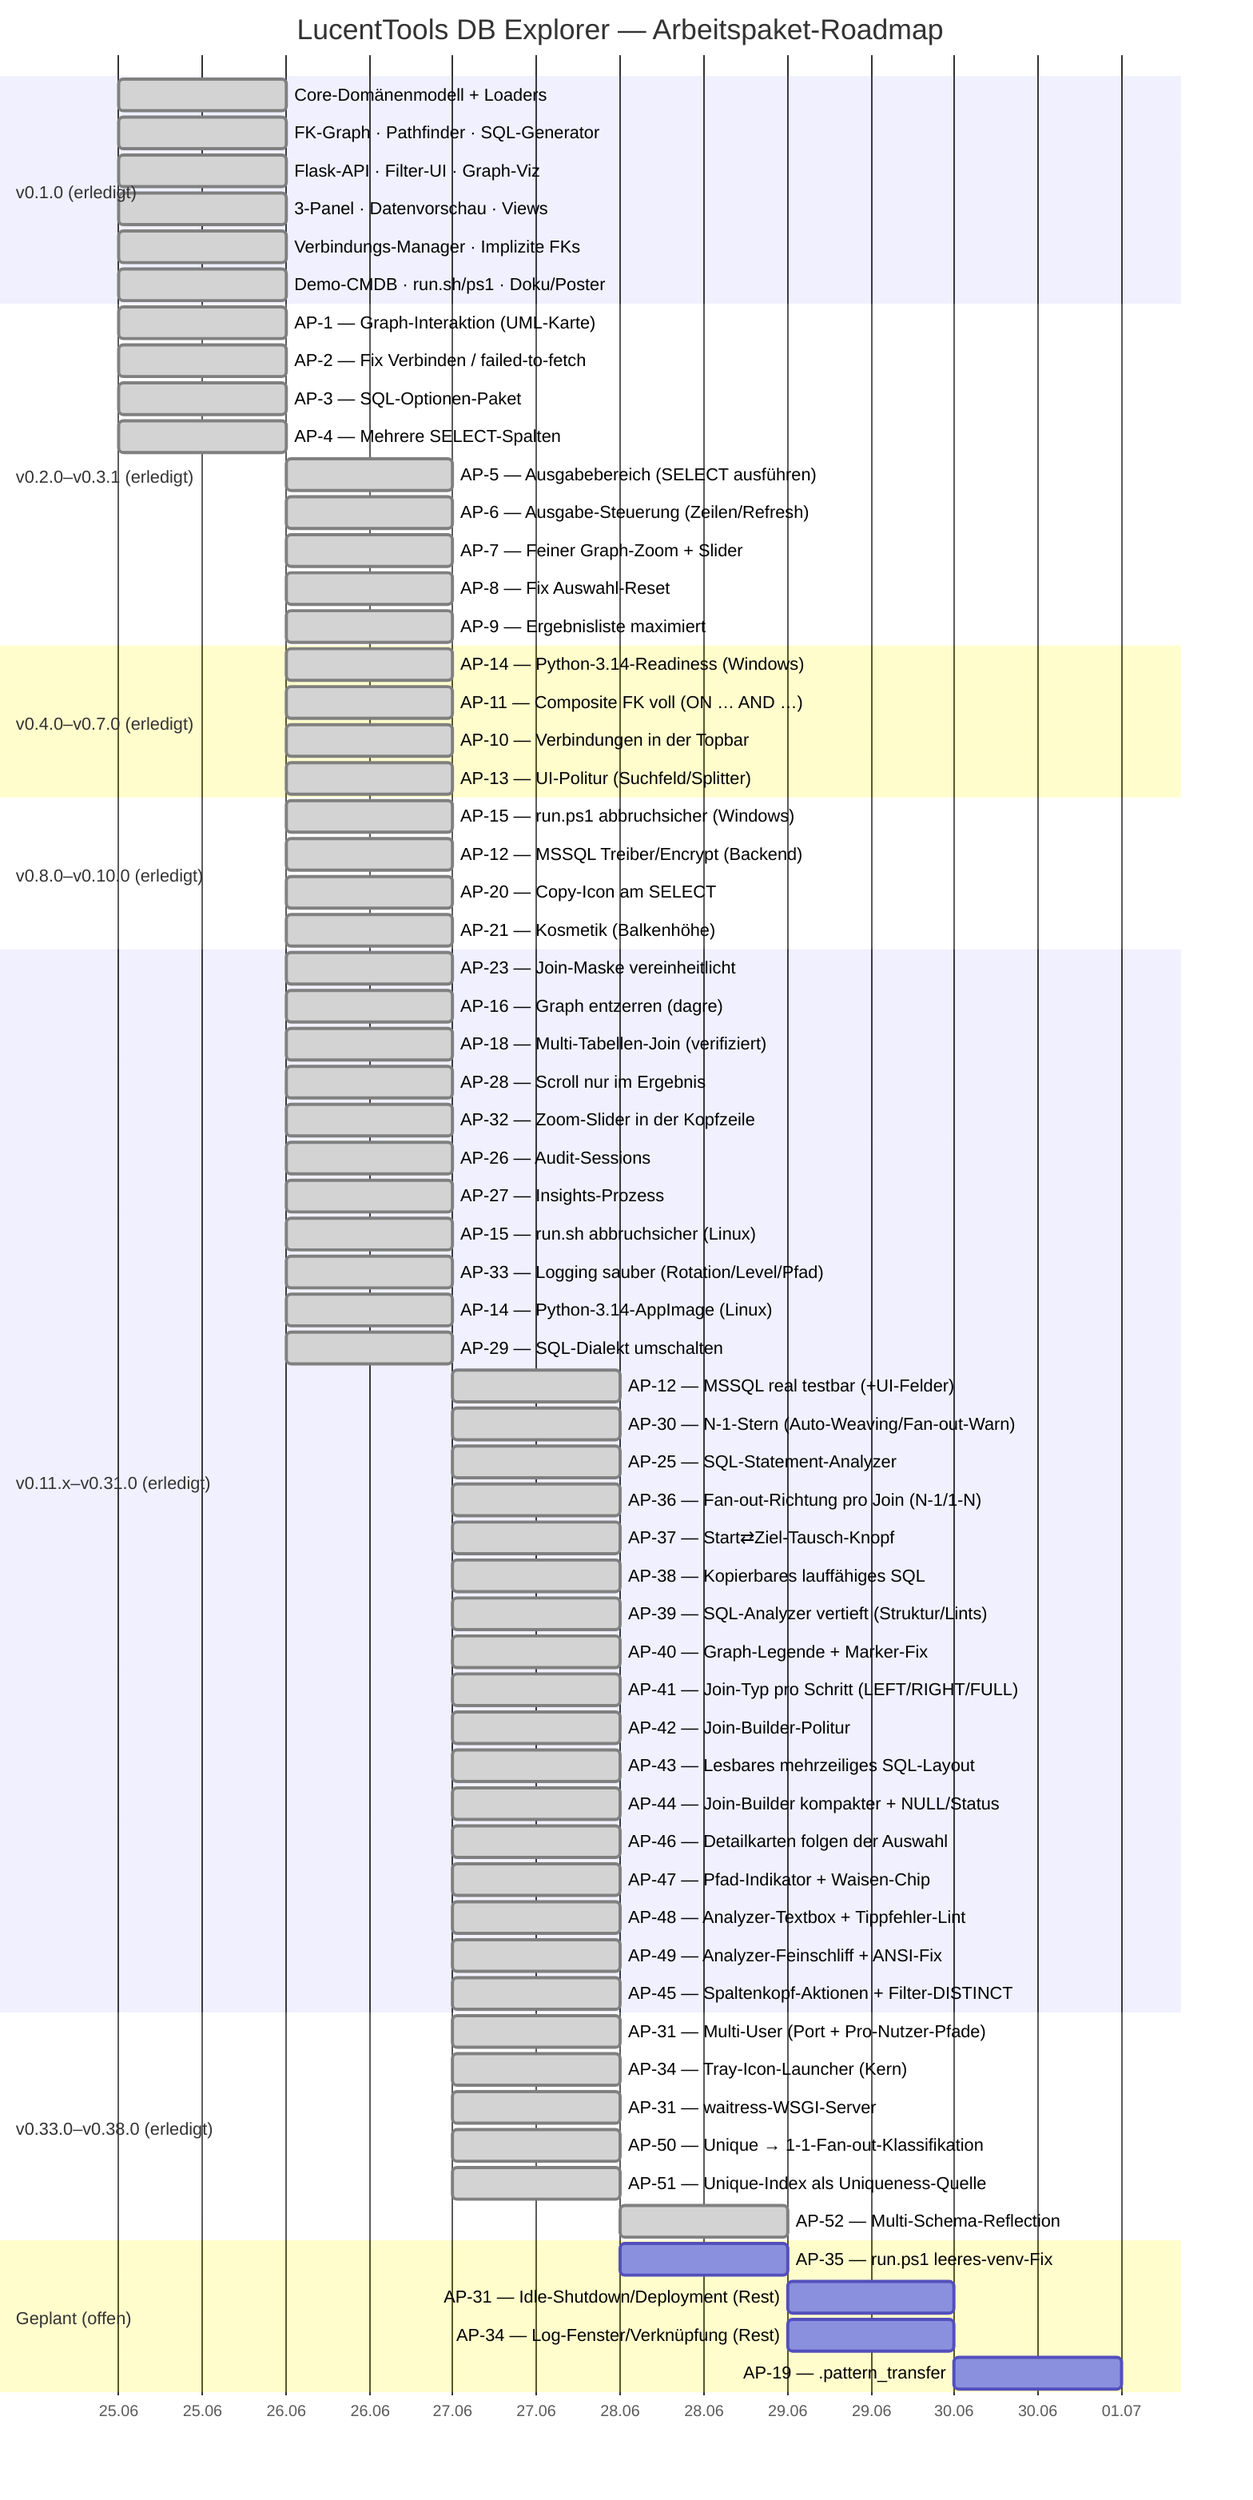
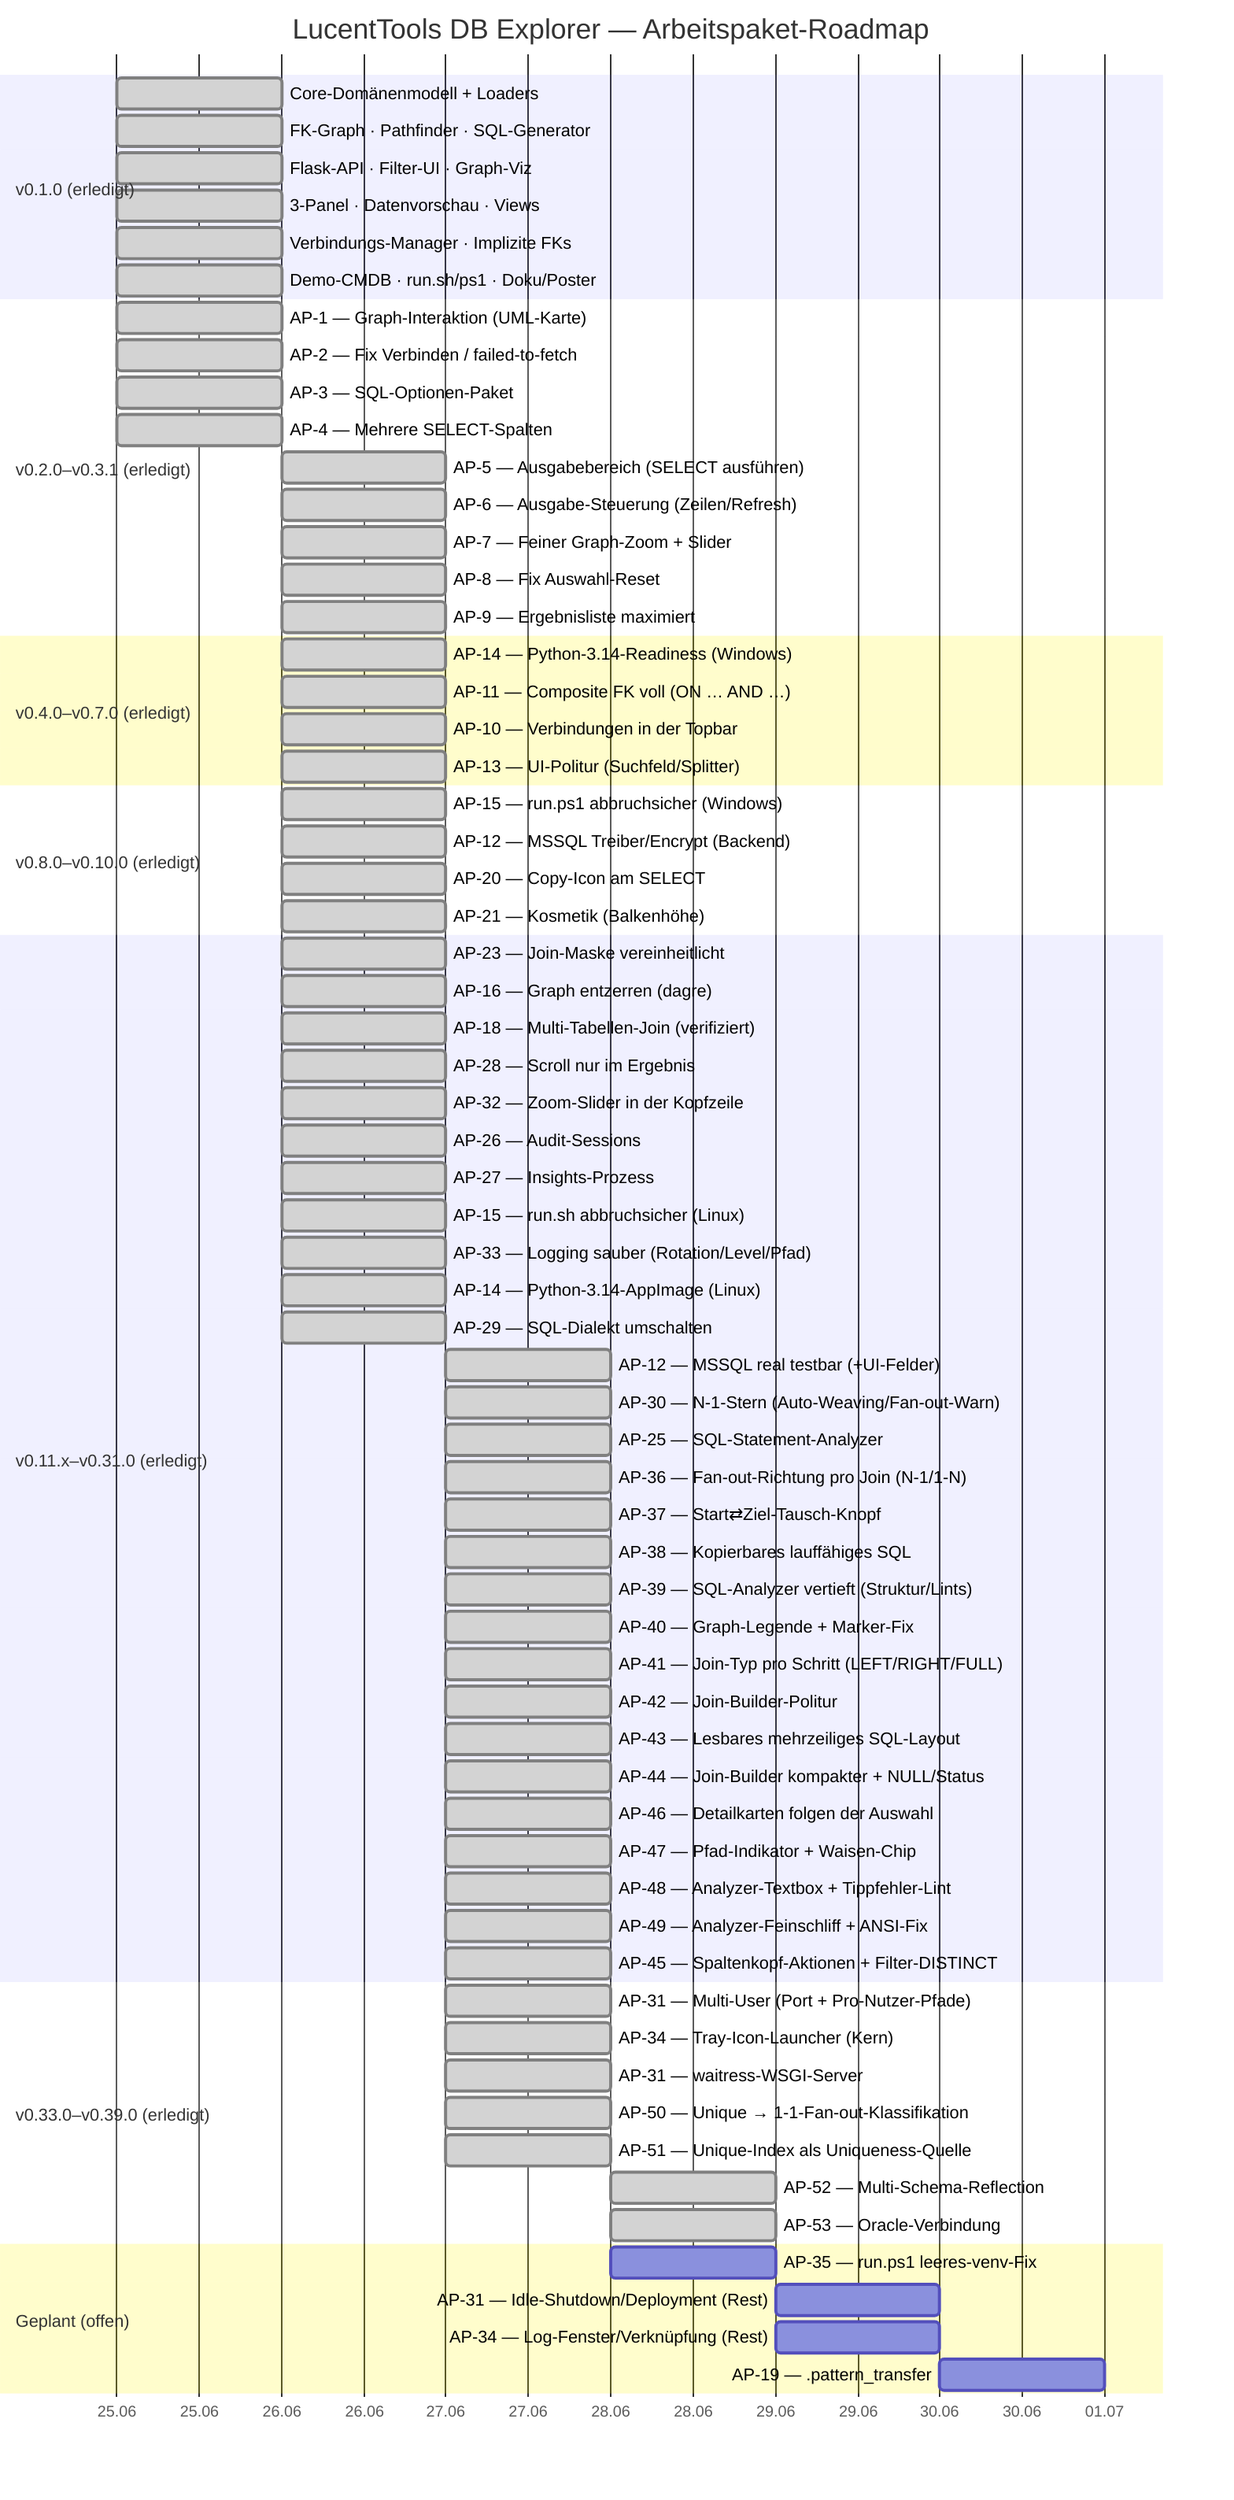
gantt
    title LucentTools DB Explorer — Arbeitspaket-Roadmap
    dateFormat  YYYY-MM-DD
    axisFormat  %d.%m

    section v0.1.0 (erledigt)
    Core-Domänenmodell + Loaders          :done, d1, 2026-06-25, 1d
    FK-Graph · Pathfinder · SQL-Generator :done, d2, 2026-06-25, 1d
    Flask-API · Filter-UI · Graph-Viz     :done, d3, 2026-06-25, 1d
    3-Panel · Datenvorschau · Views       :done, d4, 2026-06-25, 1d
    Verbindungs-Manager · Implizite FKs   :done, d5, 2026-06-25, 1d
    Demo-CMDB · run.sh/ps1 · Doku/Poster  :done, d6, 2026-06-25, 1d

    section v0.2.0–v0.3.1 (erledigt)
    AP-1 — Graph-Interaktion (UML-Karte)        :done, a1, 2026-06-25, 1d
    AP-2 — Fix Verbinden / failed-to-fetch      :done, a2, 2026-06-25, 1d
    AP-3 — SQL-Optionen-Paket                   :done, a3, 2026-06-25, 1d
    AP-4 — Mehrere SELECT-Spalten               :done, a4, 2026-06-25, 1d
    AP-5 — Ausgabebereich (SELECT ausführen)    :done, a5, 2026-06-26, 1d
    AP-6 — Ausgabe-Steuerung (Zeilen/Refresh)   :done, a6, 2026-06-26, 1d
    AP-7 — Feiner Graph-Zoom + Slider           :done, a7, 2026-06-26, 1d
    AP-8 — Fix Auswahl-Reset                    :done, a8, 2026-06-26, 1d
    AP-9 — Ergebnisliste maximiert              :done, a9, 2026-06-26, 1d

    section v0.4.0–v0.7.0 (erledigt)
    AP-14 — Python-3.14-Readiness (Windows)     :done, b1, 2026-06-26, 1d
    AP-11 — Composite FK voll (ON … AND …)      :done, b2, 2026-06-26, 1d
    AP-10 — Verbindungen in der Topbar          :done, b3, 2026-06-26, 1d
    AP-13 — UI-Politur (Suchfeld/Splitter)      :done, b4, 2026-06-26, 1d

    section v0.8.0–v0.10.0 (erledigt)
    AP-15 — run.ps1 abbruchsicher (Windows)     :done, c1, 2026-06-26, 1d
    AP-12 — MSSQL Treiber/Encrypt (Backend)     :done, c2, 2026-06-26, 1d
    AP-20 — Copy-Icon am SELECT                 :done, c3, 2026-06-26, 1d
    AP-21 — Kosmetik (Balkenhöhe)               :done, c4, 2026-06-26, 1d

    section v0.11.x–v0.31.0 (erledigt)
    AP-23 — Join-Maske vereinheitlicht          :done, e1, 2026-06-26, 1d
    AP-16 — Graph entzerren (dagre)             :done, e2, 2026-06-26, 1d
    AP-18 — Multi-Tabellen-Join (verifiziert)   :done, e3, 2026-06-26, 1d
    AP-28 — Scroll nur im Ergebnis              :done, e4, 2026-06-26, 1d
    AP-32 — Zoom-Slider in der Kopfzeile        :done, e5, 2026-06-26, 1d
    AP-26 — Audit-Sessions                      :done, e6, 2026-06-26, 1d
    AP-27 — Insights-Prozess                    :done, e7, 2026-06-26, 1d
    AP-15 — run.sh abbruchsicher (Linux)        :done, e8, 2026-06-26, 1d
    AP-33 — Logging sauber (Rotation/Level/Pfad) :done, e9, 2026-06-26, 1d
    AP-14 — Python-3.14-AppImage (Linux)         :done, e10, 2026-06-26, 1d
    AP-29 — SQL-Dialekt umschalten               :done, e11, 2026-06-26, 1d
    AP-12 — MSSQL real testbar (+UI-Felder)      :done, e12, 2026-06-27, 1d
    AP-30 — N-1-Stern (Auto-Weaving/Fan-out-Warn) :done, e13, 2026-06-27, 1d
    AP-25 — SQL-Statement-Analyzer               :done, e14, 2026-06-27, 1d
    AP-36 — Fan-out-Richtung pro Join (N-1/1-N)  :done, e15, 2026-06-27, 1d
    AP-37 — Start⇄Ziel-Tausch-Knopf              :done, e16, 2026-06-27, 1d
    AP-38 — Kopierbares lauffähiges SQL          :done, e17, 2026-06-27, 1d
    AP-39 — SQL-Analyzer vertieft (Struktur/Lints) :done, e18, 2026-06-27, 1d
    AP-40 — Graph-Legende + Marker-Fix           :done, e19, 2026-06-27, 1d
    AP-41 — Join-Typ pro Schritt (LEFT/RIGHT/FULL) :done, e20, 2026-06-27, 1d
    AP-42 — Join-Builder-Politur                 :done, e21, 2026-06-27, 1d
    AP-43 — Lesbares mehrzeiliges SQL-Layout      :done, e22, 2026-06-27, 1d
    AP-44 — Join-Builder kompakter + NULL/Status :done, e23, 2026-06-27, 1d
    AP-46 — Detailkarten folgen der Auswahl       :done, e24, 2026-06-27, 1d
    AP-47 — Pfad-Indikator + Waisen-Chip         :done, e25, 2026-06-27, 1d
    AP-48 — Analyzer-Textbox + Tippfehler-Lint   :done, e26, 2026-06-27, 1d
    AP-49 — Analyzer-Feinschliff + ANSI-Fix       :done, e27, 2026-06-27, 1d
    AP-45 — Spaltenkopf-Aktionen + Filter-DISTINCT :done, e28, 2026-06-27, 1d

-     section v0.33.0–v0.38.0 (erledigt)
+     section v0.33.0–v0.39.0 (erledigt)
    AP-31 — Multi-User (Port + Pro-Nutzer-Pfade) :done, f1, 2026-06-27, 1d
    AP-34 — Tray-Icon-Launcher (Kern)            :done, f2, 2026-06-27, 1d
    AP-31 — waitress-WSGI-Server                 :done, f3, 2026-06-27, 1d
    AP-50 — Unique → 1-1-Fan-out-Klassifikation  :done, f4, 2026-06-27, 1d
    AP-51 — Unique-Index als Uniqueness-Quelle   :done, f5, 2026-06-27, 1d
    AP-52 — Multi-Schema-Reflection              :done, f6, 2026-06-28, 1d
+     AP-53 — Oracle-Verbindung                    :done, f7, 2026-06-28, 1d

    section Geplant (offen)
    AP-35 — run.ps1 leeres-venv-Fix             :p3, 2026-06-28, 1d
    AP-31 — Idle-Shutdown/Deployment (Rest)     :p5, 2026-06-29, 1d
    AP-34 — Log-Fenster/Verknüpfung (Rest)      :p6, 2026-06-29, 1d
    AP-19 — .pattern_transfer                   :p11, 2026-06-30, 1d
